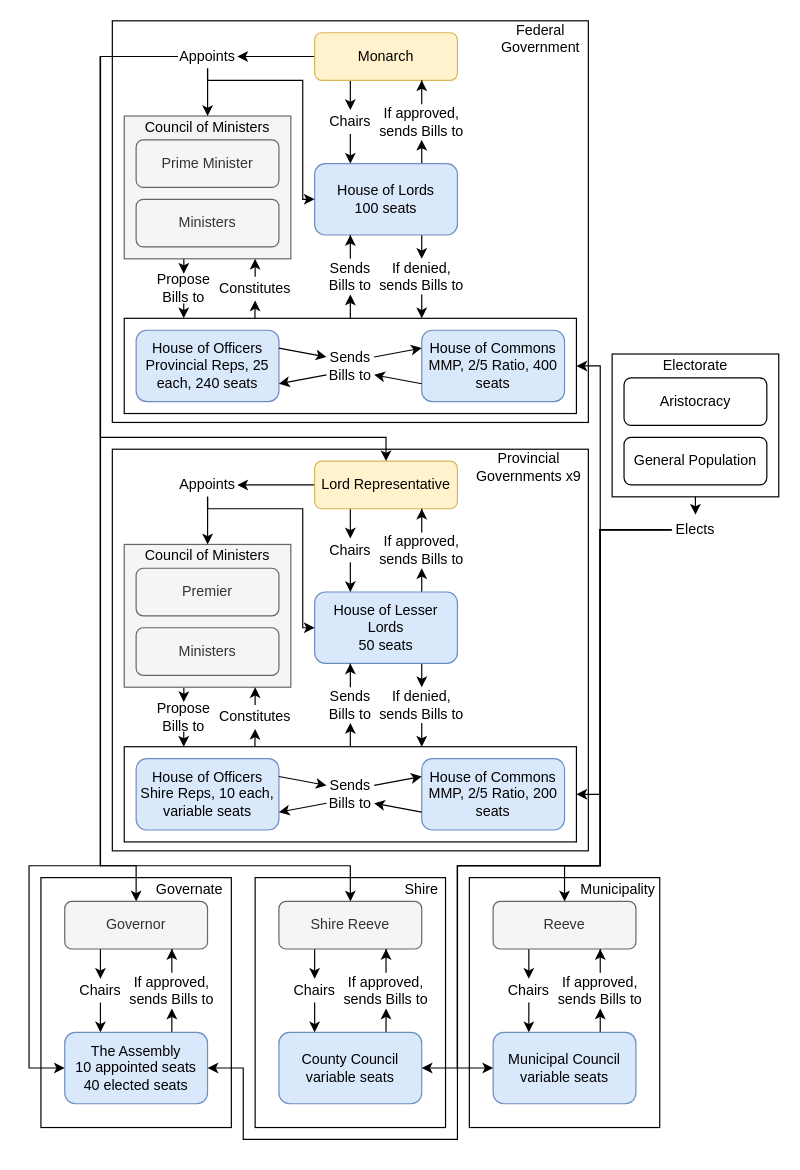
The draw.io diagram Palorsenna/Government/Org Charts/Palorsennan Political Org Chart.drawio in jamlamtheblue/DES-Pol, before the edit. Source tidied: cells renumbered, new cells numbered last; positions are measured from the earlier drawing's top-left corner, leaving out a move shared by most shapes. Both pictures are drawn from the tidied source at 119%, with x=0, y=0 at pixel (29, 20).
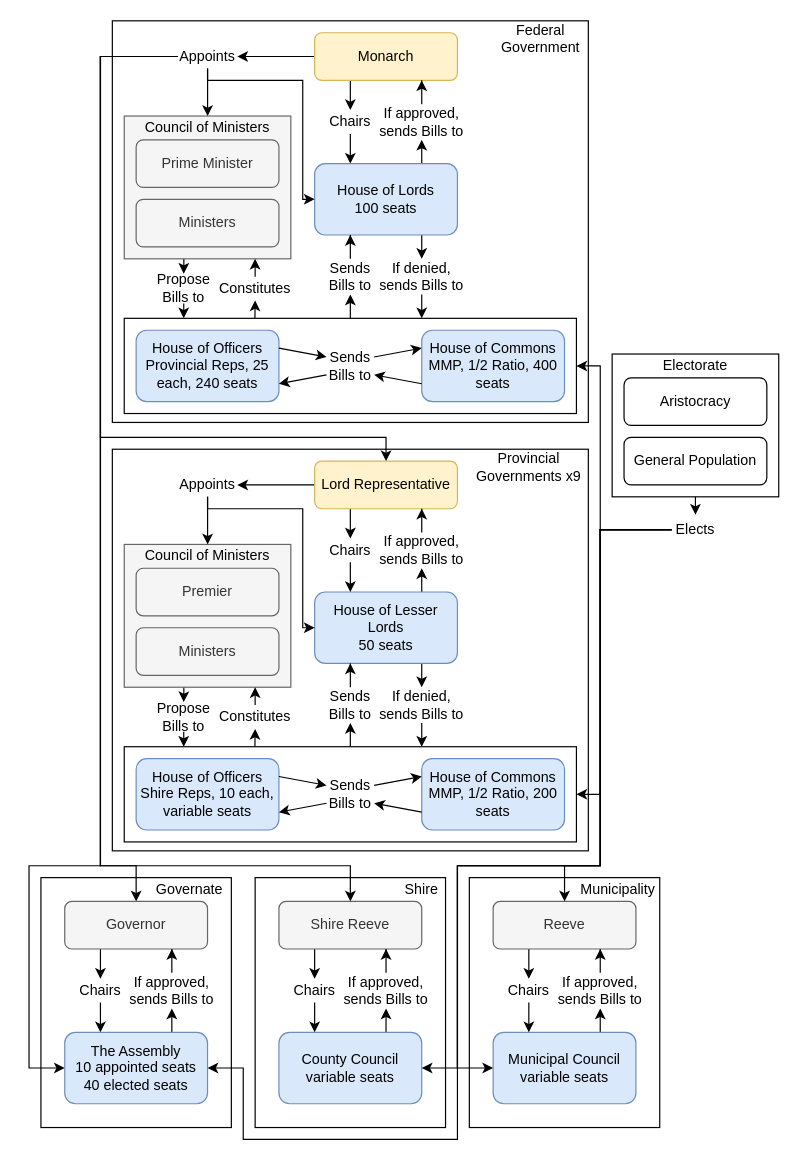
The same diagram, later.

What changed in the source:
```diff
@@
-    <mxCell id="17" value="House of Commons&lt;br&gt;MMP, 2/5 Ratio, 400 seats" style="rounded=1;whiteSpace=wrap;html=1;fillColor=#dae8fc;strokeColor=#6c8ebf;" parent="1" vertex="1">
+    <mxCell id="17" value="House of Commons&lt;br&gt;MMP, 1/2 Ratio, 400 seats" style="rounded=1;whiteSpace=wrap;html=1;fillColor=#dae8fc;strokeColor=#6c8ebf;" parent="1" vertex="1">
       <mxGeometry x="329.9" y="260" width="120" height="60" as="geometry" />
     </mxCell>
@@
-    <mxCell id="64" value="House of Commons&lt;br&gt;MMP, 2/5 Ratio, 200 seats" style="rounded=1;whiteSpace=wrap;html=1;fillColor=#dae8fc;strokeColor=#6c8ebf;" parent="1" vertex="1">
+    <mxCell id="64" value="House of Commons&lt;br&gt;MMP, 1/2 Ratio, 200 seats" style="rounded=1;whiteSpace=wrap;html=1;fillColor=#dae8fc;strokeColor=#6c8ebf;" parent="1" vertex="1">
       <mxGeometry x="329.9" y="620" width="120" height="60" as="geometry" />
     </mxCell>
```
